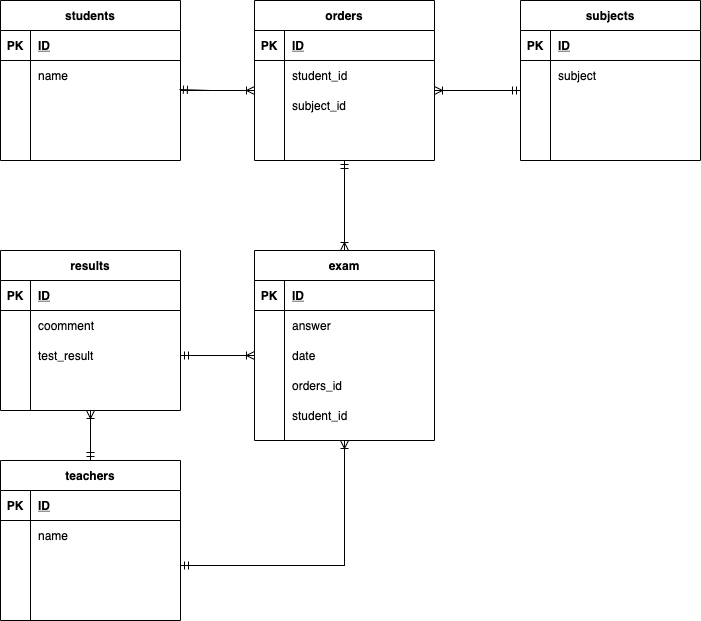
Earlier version of the draw.io export index.drawio.png (sakakurahayato/2021-11-17). Source tidied: cells renumbered, new cells last; positions are measured from the earlier drawing's top-left corner, leaving out a move shared by most shapes.
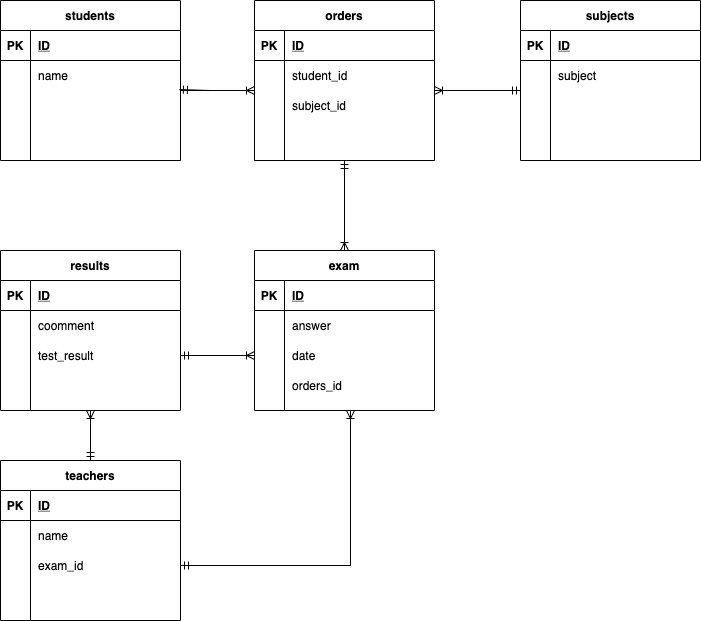
After the change.

Diff of the diagram source:
```diff
@@ -80,13 +80,8 @@
     <mxCell id="27" style="shape=partialRectangle;fillColor=none;top=0;left=0;bottom=0;right=0;align=left;spacingLeft=6;overflow=hidden;" parent="25" vertex="1">
       <mxGeometry x="30" width="150" height="30" as="geometry" />
     </mxCell>
-    <mxCell id="28" style="edgeStyle=orthogonalEdgeStyle;html=1;exitX=0.5;exitY=1;exitDx=0;exitDy=0;endArrow=ERoneToMany;endFill=0;" parent="1" edge="1" source="29">
-      <mxGeometry relative="1" as="geometry">
-        <mxPoint x="344" y="440" as="targetPoint" />
-      </mxGeometry>
-    </mxCell>
     <mxCell id="29" value="exam" style="shape=table;startSize=30;rowLines=0;fontStyle=1;align=center;" parent="1" vertex="1">
-      <mxGeometry x="254" y="250" width="180" height="190" as="geometry" />
+      <mxGeometry x="254" y="250" width="180" height="160" as="geometry" />
     </mxCell>
     <mxCell id="30" style="shape=partialRectangle;fillColor=none;top=0;left=0;bottom=1;right=0;" parent="29" vertex="1">
       <mxGeometry y="30" width="180" height="30" as="geometry" />
@@ -198,7 +193,7 @@
     <mxCell id="64" style="shape=partialRectangle;fillColor=none;top=0;left=0;bottom=0;right=0;overflow=hidden;" parent="63" vertex="1">
       <mxGeometry width="30" height="30" as="geometry" />
     </mxCell>
-    <mxCell id="65" style="shape=partialRectangle;fillColor=none;top=0;left=0;bottom=0;right=0;align=left;spacingLeft=6;overflow=hidden;" parent="63" vertex="1">
+    <mxCell id="65" value="exam_id" style="shape=partialRectangle;fillColor=none;top=0;left=0;bottom=0;right=0;align=left;spacingLeft=6;overflow=hidden;" parent="63" vertex="1">
       <mxGeometry x="30" width="150" height="30" as="geometry" />
     </mxCell>
     <mxCell id="66" style="shape=partialRectangle;fillColor=none;top=0;left=0;bottom=0;right=0;" parent="56" vertex="1">
@@ -275,12 +270,12 @@
     </mxCell>
     <mxCell id="85" style="endArrow=ERoneToMany;html=1;rounded=0;exitX=1;exitY=0.5;exitDx=0;exitDy=0;endFill=0;edgeStyle=orthogonalEdgeStyle;" parent="1" edge="1" source="63">
       <mxGeometry relative="1" as="geometry">
-        <mxPoint x="344" y="440" as="targetPoint" />
+        <mxPoint x="350" y="410" as="targetPoint" />
       </mxGeometry>
     </mxCell>
     <mxCell id="86" style="endArrow=ERmandOne;html=1;rounded=0;entryX=1;entryY=0.5;entryDx=0;entryDy=0;endFill=0;edgeStyle=orthogonalEdgeStyle;" parent="1" edge="1" target="63">
       <mxGeometry relative="1" as="geometry">
-        <mxPoint x="344" y="450" as="sourcePoint" />
+        <mxPoint x="350" y="410" as="sourcePoint" />
       </mxGeometry>
     </mxCell>
     <mxCell id="87" style="endArrow=ERmandOne;html=1;rounded=0;endFill=0;entryX=0.994;entryY=-0.033;entryDx=0;entryDy=0;entryPerimeter=0;" parent="1" edge="1" target="9">
@@ -312,8 +307,5 @@
         <mxPoint x="180" y="355" as="sourcePoint" />
       </mxGeometry>
     </mxCell>
-    <mxCell id="93" value="student_id" style="shape=partialRectangle;fillColor=none;top=0;left=0;bottom=0;right=0;align=left;spacingLeft=6;overflow=hidden;" parent="1" vertex="1">
-      <mxGeometry x="284" y="400" width="150" height="30" as="geometry" />
-    </mxCell>
   </root>
 </mxGraphModel>
```
